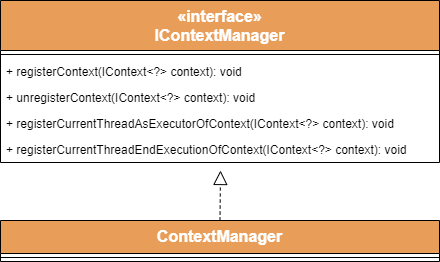
The draw.io diagram docs/Manager.png in BrunoMNDantas/TPL4J, before a commit. Source tidied: cells renumbered, new cells last; positions are measured from the earlier drawing's top-left corner, leaving out a move shared by most shapes.
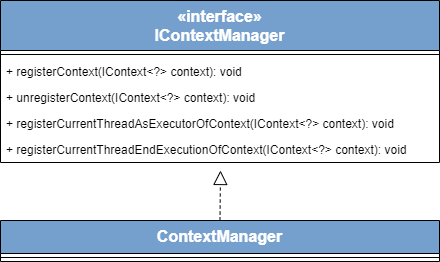
Above is the later version.

Change to the diagram source:
```diff
@@ -7,7 +7,7 @@
         <mxPoint x="220" y="170" as="targetPoint" />
       </mxGeometry>
     </mxCell>
-    <mxCell id="3" value="«interface»&#10;IContextManager" style="swimlane;fontStyle=1;align=center;verticalAlign=top;horizontal=1;startSize=50;fillColor=#e89d59;gradientColor=none;fontSize=16;fontColor=#FFFFFF;" parent="1" vertex="1">
+    <mxCell id="3" value="«interface»&#10;IContextManager" style="swimlane;fontStyle=1;align=center;verticalAlign=top;horizontal=1;startSize=50;fillColor=#75A0CD;gradientColor=none;fontSize=16;fontColor=#FFFFFF;" parent="1" vertex="1">
       <mxGeometry width="439" height="162" as="geometry" />
     </mxCell>
     <mxCell id="4" style="line;strokeWidth=1;fillColor=none;align=left;verticalAlign=middle;spacingTop=-1;spacingLeft=3;spacingRight=3;labelPosition=right;" parent="3" vertex="1">
@@ -25,7 +25,7 @@
     <mxCell id="8" value="+ registerCurrentThreadEndExecutionOfContext(IContext&lt;?&gt; context): void" style="text;strokeColor=none;fillColor=none;align=left;verticalAlign=top;spacingLeft=4;spacingRight=4;overflow=hidden;" parent="3" vertex="1">
       <mxGeometry y="136" width="439" height="26" as="geometry" />
     </mxCell>
-    <mxCell id="9" value="ContextManager" style="swimlane;fontStyle=1;align=center;verticalAlign=top;horizontal=1;startSize=33;fillColor=#e89d59;gradientColor=none;fontSize=16;fontColor=#FFFFFF;" parent="1" vertex="1">
+    <mxCell id="9" value="ContextManager" style="swimlane;fontStyle=1;align=center;verticalAlign=top;horizontal=1;startSize=33;fillColor=#75A0CD;gradientColor=none;fontSize=16;fontColor=#FFFFFF;" parent="1" vertex="1">
       <mxGeometry y="220" width="439" height="41" as="geometry" />
     </mxCell>
     <mxCell id="10" style="line;strokeWidth=1;fillColor=none;align=left;verticalAlign=middle;spacingTop=-1;spacingLeft=3;spacingRight=3;labelPosition=right;" parent="9" vertex="1">
```
